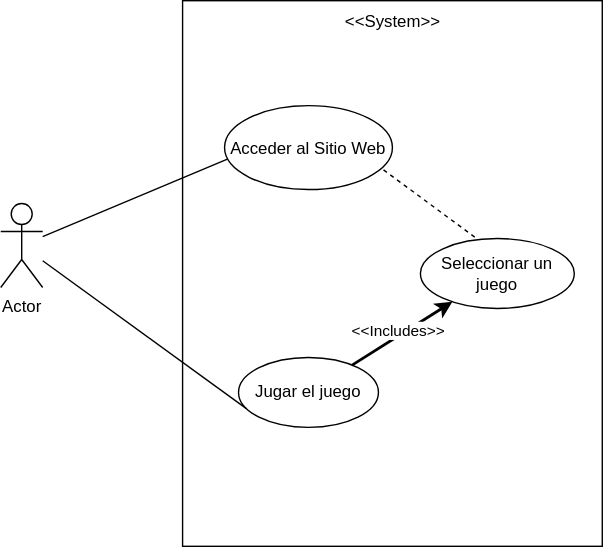
Above: use_cases_system.drawio.svg in AVI-Games/TheCoderGame (draw.io), before the change. Source tidied: cells renumbered, new cells last; positions are measured from the earlier drawing's top-left corner, leaving out a move shared by most shapes.
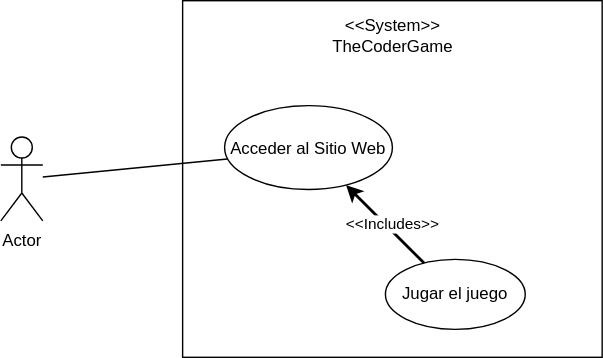
Above is the later version.

Commit message:
Changed Use Case and Activity Diagrams

What changed in the source:
```diff
@@ -3,39 +3,30 @@
     <mxCell id="0" />
     <mxCell id="1" parent="0" />
     <mxCell id="2" style="rounded=0;whiteSpace=wrap;html=1;" parent="1" vertex="1">
-      <mxGeometry x="130" width="300" height="390" as="geometry" />
+      <mxGeometry x="130" width="300" height="255" as="geometry" />
     </mxCell>
     <mxCell id="3" value="Acceder al Sitio Web" style="ellipse;" parent="1" vertex="1">
       <mxGeometry x="160" y="75" width="120" height="60" as="geometry" />
     </mxCell>
     <mxCell id="4" value="Actor" style="shape=umlActor;verticalLabelPosition=bottom;verticalAlign=top;html=1;outlineConnect=0;" parent="1" vertex="1">
-      <mxGeometry y="145" width="30" height="60" as="geometry" />
+      <mxGeometry y="97.5" width="30" height="60" as="geometry" />
     </mxCell>
-    <mxCell id="5" value="Seleccionar un &lt;br&gt;juego" style="ellipse;whiteSpace=wrap;html=1;" parent="1" vertex="1">
-      <mxGeometry x="300" y="170" width="110" height="50" as="geometry" />
-    </mxCell>
-    <mxCell id="6" style="endArrow=none;dashed=1;html=1;entryX=0.937;entryY=0.751;entryDx=0;entryDy=0;entryPerimeter=0;exitX=0.353;exitY=-0.02;exitDx=0;exitDy=0;exitPerimeter=0;" parent="1" edge="1" source="5" target="3">
-      <mxGeometry relative="1" as="geometry" />
-    </mxCell>
     <mxCell id="7" value="Jugar el juego" style="ellipse;whiteSpace=wrap;html=1;" parent="1" vertex="1">
-      <mxGeometry x="170" y="255" width="100" height="50" as="geometry" />
+      <mxGeometry x="275" y="185" width="100" height="50" as="geometry" />
     </mxCell>
-    <mxCell id="8" style="endArrow=classic;html=1;strokeWidth=2;startArrow=none;startFill=0;endFill=1;" parent="1" edge="1" source="7" target="5">
+    <mxCell id="8" style="endArrow=classic;html=1;strokeWidth=2;startArrow=none;startFill=0;endFill=1;" parent="1" edge="1" source="7" target="3">
       <mxGeometry relative="1" as="geometry" />
     </mxCell>
     <mxCell id="9" value="&amp;lt;&amp;lt;Includes&amp;gt;&amp;gt;" style="edgeLabel;html=1;align=center;verticalAlign=middle;" parent="8" vertex="1">
       <mxGeometry x="-0.36" relative="1" as="geometry">
-        <mxPoint x="9.7" y="-10.8" as="offset" />
+        <mxPoint x="-5.5" y="-10.8" as="offset" />
       </mxGeometry>
     </mxCell>
-    <mxCell id="10" value="&amp;lt;&amp;lt;System&amp;gt;&amp;gt;" style="text;html=1;strokeColor=none;fillColor=none;align=center;verticalAlign=middle;whiteSpace=wrap;rounded=0;" parent="1" vertex="1">
-      <mxGeometry x="237.5" y="5" width="85" height="20" as="geometry" />
+    <mxCell id="10" value="&amp;lt;&amp;lt;System&amp;gt;&amp;gt;&lt;br&gt;TheCoderGame" style="text;html=1;strokeColor=none;fillColor=none;align=center;verticalAlign=middle;whiteSpace=wrap;rounded=0;" parent="1" vertex="1">
+      <mxGeometry x="237.5" y="15" width="85" height="20" as="geometry" />
     </mxCell>
     <mxCell id="11" style="endArrow=none;html=1;entryX=0.017;entryY=0.637;entryDx=0;entryDy=0;entryPerimeter=0;" parent="1" edge="1" source="4" target="3">
       <mxGeometry relative="1" as="geometry" />
     </mxCell>
-    <mxCell id="12" style="endArrow=none;html=1;entryX=0.056;entryY=0.732;entryDx=0;entryDy=0;entryPerimeter=0;" parent="1" edge="1" source="4" target="7">
-      <mxGeometry relative="1" as="geometry" />
-    </mxCell>
   </root>
 </mxGraphModel>
```
